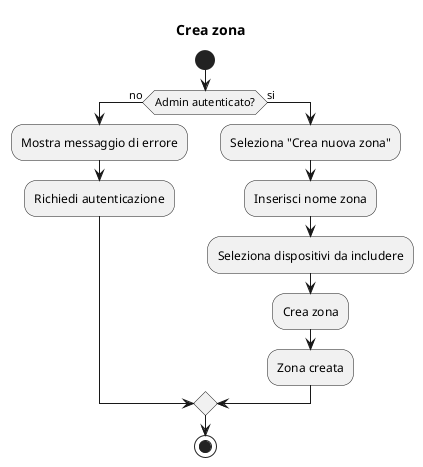
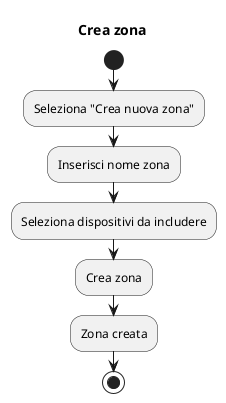
@startuml creazona
title Crea zona

start
- if (Admin autenticato?) then (no)
-     :Mostra messaggio di errore;
-     :Richiedi autenticazione;
- else (si)
+ 
    :Seleziona "Crea nuova zona";
    :Inserisci nome zona;
    :Seleziona dispositivi da includere;
    :Crea zona;
    :Zona creata;
- endif
+ 
stop
@enduml